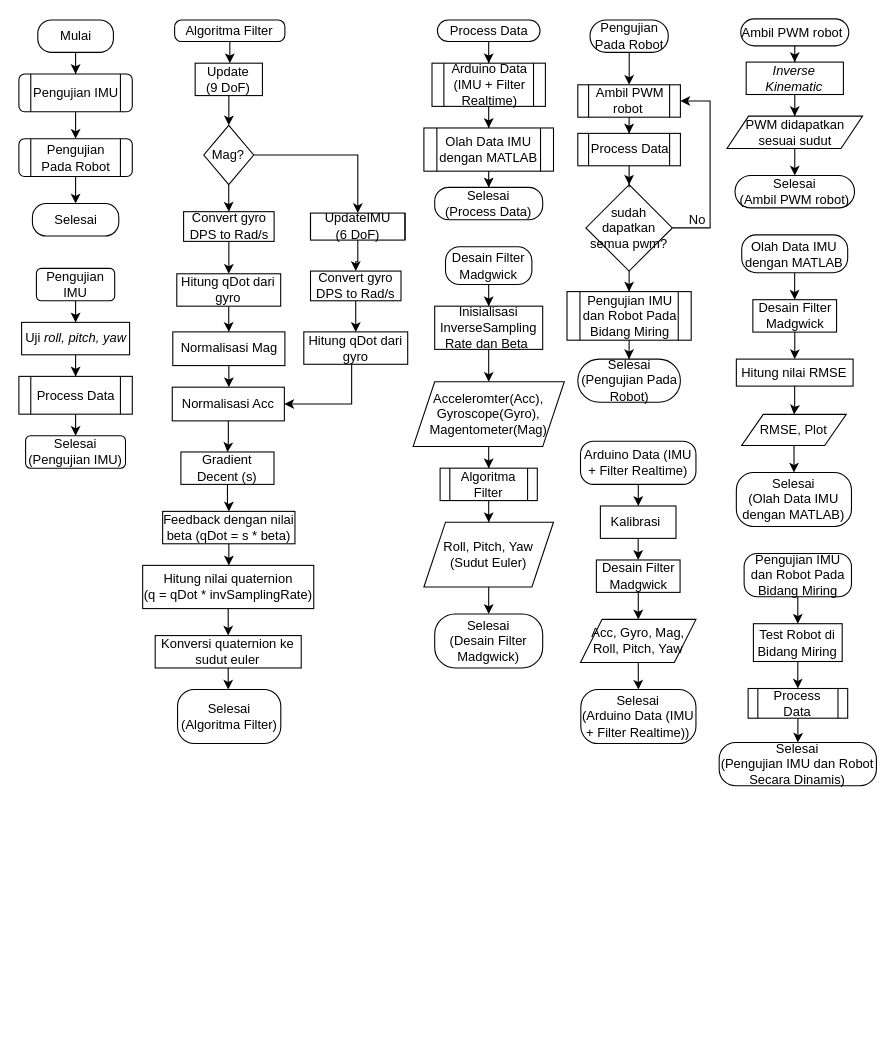
utamadonny/AHRS-MKF keeps this draw.io diagram as Graph/flowchart.drawio. Above is the earlier version. Source tidied: cells renumbered, new cells numbered last; positions are measured from the earlier drawing's top-left corner, leaving out a move shared by most shapes. Both pictures are drawn from the tidied source at 108%, with x=0, y=0 at pixel (18, 18).
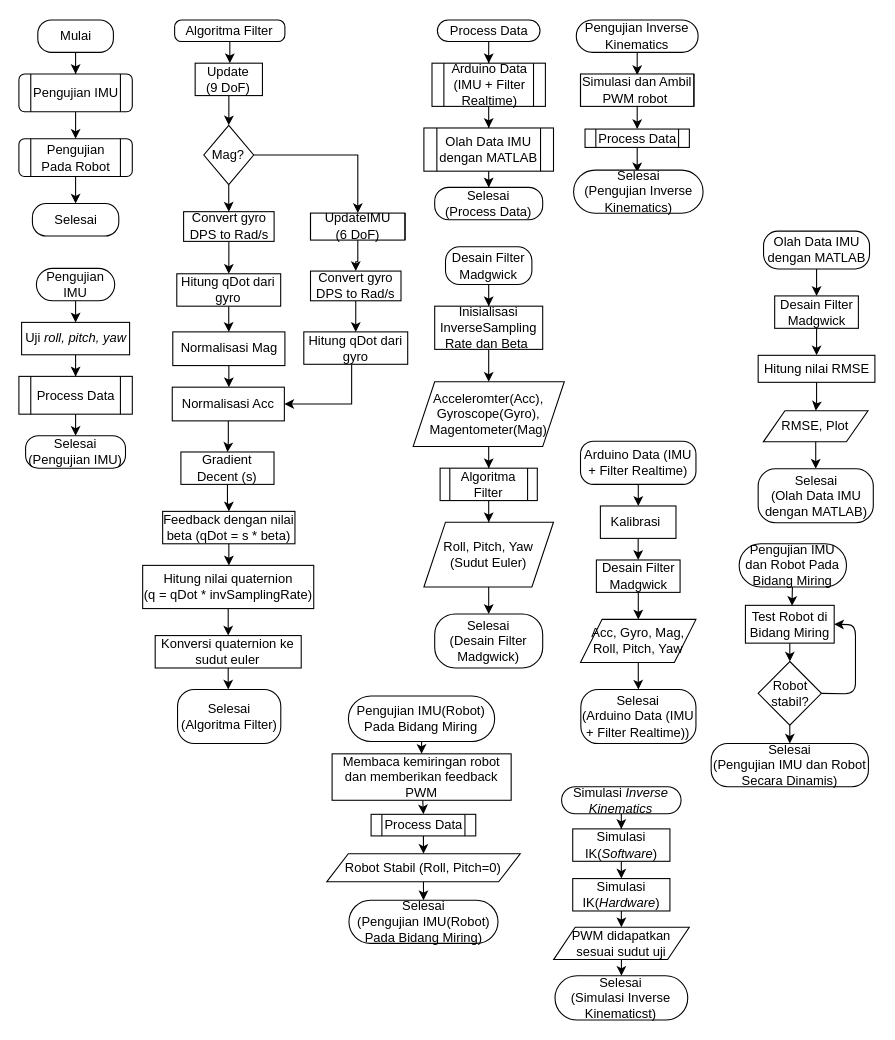
After the change.

What changed in the source:
```diff
@@
     <mxCell id="8" style="edgeStyle=orthogonalEdgeStyle;rounded=0;jettySize=auto;html=1;" parent="1" edge="1" source="9">
       <mxGeometry relative="1" as="geometry">
-        <mxPoint x="565" y="61" as="targetPoint" />
+        <mxPoint x="572.5" y="52" as="targetPoint" />
       </mxGeometry>
     </mxCell>
-    <mxCell id="9" value="Pengujian Pada Robot" style="rounded=1;whiteSpace=wrap;html=1;arcSize=50;" parent="1" vertex="1">
-      <mxGeometry x="528.8" y="1" width="72.5" height="30" as="geometry" />
+    <mxCell id="9" value="Pengujian Inverse Kinematics" style="rounded=1;whiteSpace=wrap;html=1;arcSize=50;" parent="1" vertex="1">
+      <mxGeometry x="516.1" y="1" width="112.8" height="30" as="geometry" />
     </mxCell>
@@
-    <mxCell id="11" value="Ambil PWM robot&amp;nbsp;" style="shape=process;whiteSpace=wrap;html=1;backgroundOutline=1;" parent="1" vertex="1">
-      <mxGeometry x="517.5" y="61" width="95" height="30" as="geometry" />
+    <mxCell id="11" value="Simulasi dan Ambil PWM robot&amp;nbsp;" style="shape=process;whiteSpace=wrap;html=1;backgroundOutline=1;size=0;" parent="1" vertex="1">
+      <mxGeometry x="520" y="51" width="105" height="30" as="geometry" />
     </mxCell>
-    <mxCell id="12" style="edgeStyle=orthogonalEdgeStyle;rounded=0;jettySize=auto;html=1;" parent="1" edge="1" source="13" target="49">
-      <mxGeometry relative="1" as="geometry" />
-    </mxCell>
-    <mxCell id="13" value="PWM didapatkan sesuai sudut" style="shape=parallelogram;perimeter=parallelogramPerimeter;whiteSpace=wrap;html=1;fixedSize=1;" parent="1" vertex="1">
-      <mxGeometry x="655.6" y="90" width="125.6" height="30" as="geometry" />
-    </mxCell>
-    <mxCell id="14" style="edgeStyle=orthogonalEdgeStyle;rounded=0;jettySize=auto;html=1;entryX=1;entryY=0.5;entryDx=0;entryDy=0;exitX=1;exitY=0.5;exitDx=0;exitDy=0;" parent="1" edge="1" source="16" target="11">
-      <mxGeometry relative="1" as="geometry">
-        <Array as="points">
-          <mxPoint x="640" y="194" />
-          <mxPoint x="640" y="76" />
-        </Array>
-      </mxGeometry>
-    </mxCell>
-    <mxCell id="15" style="edgeStyle=orthogonalEdgeStyle;rounded=0;jettySize=auto;html=1;" parent="1" edge="1" source="16" target="23">
-      <mxGeometry relative="1" as="geometry" />
-    </mxCell>
-    <mxCell id="16" value="sudah dapatkan semua pwm?&lt;br&gt;" style="rhombus;whiteSpace=wrap;html=1;" parent="1" vertex="1">
-      <mxGeometry x="525" y="153.5" width="80" height="80" as="geometry" />
-    </mxCell>
-    <mxCell id="17" value="No" style="text;html=1;align=center;verticalAlign=middle;strokeColor=none;" parent="1" vertex="1">
-      <mxGeometry x="612.5" y="176" width="30" height="20" as="geometry" />
-    </mxCell>
@@
-    <mxCell id="22" style="edgeStyle=orthogonalEdgeStyle;rounded=0;jettySize=auto;html=1;" parent="1" edge="1" source="23" target="43">
-      <mxGeometry relative="1" as="geometry" />
-    </mxCell>
-    <mxCell id="23" value="Pengujian IMU dan Robot Pada Bidang Miring" style="shape=process;whiteSpace=wrap;html=1;backgroundOutline=1;" parent="1" vertex="1">
-      <mxGeometry x="507.5" y="252.5" width="115" height="45" as="geometry" />
-    </mxCell>
@@
-    <mxCell id="30" style="edgeStyle=orthogonalEdgeStyle;rounded=0;jettySize=auto;html=1;" parent="1" edge="1" source="31" target="16">
-      <mxGeometry relative="1" as="geometry" />
+    <mxCell id="30" style="edgeStyle=orthogonalEdgeStyle;rounded=0;jettySize=auto;html=1;" parent="1" edge="1" source="31">
+      <mxGeometry relative="1" as="geometry">
+        <mxPoint x="572.5" y="142" as="targetPoint" />
+      </mxGeometry>
     </mxCell>
     <mxCell id="31" value="Process Data" style="shape=process;whiteSpace=wrap;html=1;backgroundOutline=1;" parent="1" vertex="1">
-      <mxGeometry x="517.5" y="106" width="95" height="30" as="geometry" />
+      <mxGeometry x="524.2" y="102" width="96.6" height="17" as="geometry" />
     </mxCell>
@@
-    <mxCell id="35" value="Pengujian IMU" style="rounded=1;whiteSpace=wrap;html=1;" parent="1" vertex="1">
+    <mxCell id="35" value="Pengujian IMU" style="rounded=1;whiteSpace=wrap;html=1;arcSize=50;" parent="1" vertex="1">
       <mxGeometry x="16.2" y="231" width="72.5" height="30" as="geometry" />
     </mxCell>
@@
-    <mxCell id="40" value="Selesai&lt;br&gt;(Pengujian IMU)" style="whiteSpace=wrap;html=1;rounded=1;" parent="1" vertex="1">
+    <mxCell id="40" value="Selesai&lt;br&gt;(Pengujian IMU)" style="whiteSpace=wrap;html=1;rounded=1;arcSize=39;" parent="1" vertex="1">
       <mxGeometry x="6.2" y="386" width="92.5" height="30" as="geometry" />
     </mxCell>
@@
-    <mxCell id="43" value="Selesai&lt;br&gt;(Pengujian Pada Robot)" style="whiteSpace=wrap;html=1;rounded=1;arcSize=50;" parent="1" vertex="1">
-      <mxGeometry x="517.5" y="315" width="95" height="40" as="geometry" />
-    </mxCell>
@@
-    <mxCell id="47" style="edgeStyle=orthogonalEdgeStyle;rounded=0;jettySize=auto;html=1;" parent="1" edge="1" source="48" target="53">
-      <mxGeometry relative="1" as="geometry" />
-    </mxCell>
-    <mxCell id="48" value="Ambil PWM robot&amp;nbsp;" style="rounded=1;whiteSpace=wrap;html=1;arcSize=50;" parent="1" vertex="1">
-      <mxGeometry x="668.4" width="100" height="25" as="geometry" />
-    </mxCell>
-    <mxCell id="49" value="Selesai&lt;br&gt;(Ambil PWM robot)" style="whiteSpace=wrap;html=1;rounded=1;arcSize=49;" parent="1" vertex="1">
-      <mxGeometry x="663.1" y="145" width="110.6" height="30" as="geometry" />
-    </mxCell>
@@
-    <mxCell id="52" style="edgeStyle=orthogonalEdgeStyle;rounded=0;jettySize=auto;html=1;entryX=0.5;entryY=0;entryDx=0;entryDy=0;" parent="1" edge="1" source="53" target="13">
-      <mxGeometry relative="1" as="geometry" />
-    </mxCell>
-    <mxCell id="53" value="&lt;i&gt;Inverse Kinematic&lt;/i&gt;" style="rounded=0;whiteSpace=wrap;html=1;" parent="1" vertex="1">
-      <mxGeometry x="673.4" y="40" width="90" height="30" as="geometry" />
-    </mxCell>
@@
     <mxCell id="85" value="Olah Data IMU dengan MATLAB" style="rounded=1;whiteSpace=wrap;html=1;arcSize=38;" parent="1" vertex="1">
-      <mxGeometry x="669.3" y="200" width="98.1" height="35" as="geometry" />
+      <mxGeometry x="689.5" y="196.5" width="98.1" height="35" as="geometry" />
     </mxCell>
@@
     <mxCell id="96" value="Desain Filter Madgwick" style="rounded=1;whiteSpace=wrap;html=1;arcSize=0;" parent="1" vertex="1">
-      <mxGeometry x="679.6" y="260" width="77.5" height="30" as="geometry" />
+      <mxGeometry x="699.8" y="256.5" width="77.5" height="30" as="geometry" />
     </mxCell>
@@
     <mxCell id="98" value="Hitung nilai RMSE" style="whiteSpace=wrap;html=1;rounded=1;arcSize=0;" parent="1" vertex="1">
-      <mxGeometry x="664.3" y="315" width="108.1" height="25" as="geometry" />
+      <mxGeometry x="684.5" y="311.5" width="108.1" height="25" as="geometry" />
     </mxCell>
@@
     <mxCell id="100" value="RMSE, Plot" style="shape=parallelogram;perimeter=parallelogramPerimeter;whiteSpace=wrap;html=1;fixedSize=1;rounded=1;arcSize=0;" parent="1" vertex="1">
-      <mxGeometry x="669.2" y="366.2" width="96.9" height="28.8" as="geometry" />
+      <mxGeometry x="689.3" y="362.8" width="96.9" height="28.8" as="geometry" />
     </mxCell>
     <mxCell id="101" value="Selesai&lt;br&gt;(Olah Data IMU dengan MATLAB)" style="whiteSpace=wrap;html=1;rounded=1;arcSize=32;" parent="1" vertex="1">
-      <mxGeometry x="664.3" y="420" width="106.6" height="50" as="geometry" />
+      <mxGeometry x="684.5" y="416.5" width="106.6" height="50" as="geometry" />
     </mxCell>
-    <mxCell id="102" style="edgeStyle=orthogonalEdgeStyle;rounded=0;jettySize=auto;html=1;" parent="1" edge="1" source="103" target="105">
+    <mxCell id="102" style="edgeStyle=none;html=1;entryX=0.525;entryY=0.013;entryDx=0;entryDy=0;entryPerimeter=0;" parent="1" edge="1" source="103" target="105">
       <mxGeometry relative="1" as="geometry" />
     </mxCell>
-    <mxCell id="103" value="Pengujian IMU dan Robot Pada Bidang Miring" style="rounded=1;whiteSpace=wrap;html=1;arcSize=30;" parent="1" vertex="1">
-      <mxGeometry x="671.5" y="495" width="99.4" height="40" as="geometry" />
+    <mxCell id="103" value="Pengujian IMU dan Robot Pada Bidang Miring" style="rounded=1;whiteSpace=wrap;html=1;arcSize=50;" parent="1" vertex="1">
+      <mxGeometry x="666.9" y="486" width="99.4" height="40" as="geometry" />
     </mxCell>
-    <mxCell id="104" style="edgeStyle=orthogonalEdgeStyle;rounded=0;jettySize=auto;html=1;" parent="1" edge="1" source="105" target="107">
-      <mxGeometry relative="1" as="geometry" />
-    </mxCell>
+    <mxCell id="109" style="edgeStyle=none;html=1;" parent="1" edge="1" source="105" target="112">
+      <mxGeometry relative="1" as="geometry" />
+    </mxCell>
     <mxCell id="105" value="Test Robot di Bidang Miring" style="whiteSpace=wrap;html=1;rounded=1;arcSize=0;" parent="1" vertex="1">
-      <mxGeometry x="680.1" y="560" width="82.2" height="35" as="geometry" />
+      <mxGeometry x="672.7" y="543" width="82.2" height="35" as="geometry" />
     </mxCell>
-    <mxCell id="106" style="edgeStyle=orthogonalEdgeStyle;rounded=0;jettySize=auto;html=1;" parent="1" edge="1" source="107" target="108">
-      <mxGeometry relative="1" as="geometry" />
-    </mxCell>
+    <mxCell id="108" value="Selesai&lt;br&gt;(Pengujian IMU dan Robot Secara Dinamis)" style="whiteSpace=wrap;html=1;rounded=1;arcSize=38;" parent="1" vertex="1">
+      <mxGeometry x="641" y="671" width="145.6" height="40" as="geometry" />
+    </mxCell>
+    <mxCell id="110" style="edgeStyle=none;html=1;entryX=1;entryY=0.5;entryDx=0;entryDy=0;exitX=1;exitY=0.5;exitDx=0;exitDy=0;" parent="1" edge="1" source="112" target="105">
+      <mxGeometry relative="1" as="geometry">
+        <Array as="points">
+          <mxPoint x="774.6" y="625" />
+          <mxPoint x="774.6" y="561" />
+        </Array>
+      </mxGeometry>
+    </mxCell>
+    <mxCell id="111" style="edgeStyle=none;html=1;entryX=0.5;entryY=0;entryDx=0;entryDy=0;" parent="1" edge="1" source="112" target="108">
+      <mxGeometry relative="1" as="geometry" />
+    </mxCell>
+    <mxCell id="112" value="Robot stabil?" style="rhombus;whiteSpace=wrap;html=1;" parent="1" vertex="1">
+      <mxGeometry x="684.5" y="595" width="58.6" height="59" as="geometry" />
+    </mxCell>
+    <mxCell id="113" value="Selesai&lt;br&gt;(Pengujian Inverse Kinematics)" style="whiteSpace=wrap;html=1;rounded=1;arcSize=50;" parent="1" vertex="1">
+      <mxGeometry x="513.6" y="140" width="119.9" height="40" as="geometry" />
+    </mxCell>
+    <mxCell id="114" value="Selesai&lt;br&gt;(Pengujian IMU(Robot) Pada Bidang Miring)" style="whiteSpace=wrap;html=1;rounded=1;arcSize=50;" parent="1" vertex="1">
+      <mxGeometry x="305.6" y="816" width="138" height="40" as="geometry" />
+    </mxCell>
+    <mxCell id="115" style="edgeStyle=none;html=1;entryX=0.5;entryY=0;entryDx=0;entryDy=0;" parent="1" edge="1" source="107" target="121">
+      <mxGeometry relative="1" as="geometry" />
+    </mxCell>
-    <mxCell id="107" value="Process Data" style="shape=process;whiteSpace=wrap;html=1;backgroundOutline=1;rounded=1;arcSize=0;" parent="1" vertex="1">
-      <mxGeometry x="675.2" y="620" width="92.2" height="27.5" as="geometry" />
+    <mxCell id="107" value="Process Data" style="shape=process;whiteSpace=wrap;html=1;backgroundOutline=1;" parent="1" vertex="1">
+      <mxGeometry x="326.1" y="736.5" width="96.9" height="20" as="geometry" />
     </mxCell>
-    <mxCell id="108" value="Selesai&lt;br&gt;(Pengujian IMU dan Robot Secara Dinamis)" style="whiteSpace=wrap;html=1;rounded=1;arcSize=38;" parent="1" vertex="1">
-      <mxGeometry x="648.4" y="670" width="145.6" height="40" as="geometry" />
-    </mxCell>
+    <mxCell id="116" style="edgeStyle=none;html=1;" parent="1" edge="1" source="117" target="119">
+      <mxGeometry relative="1" as="geometry" />
+    </mxCell>
+    <mxCell id="117" value="Pengujian IMU(Robot) Pada Bidang Miring" style="whiteSpace=wrap;html=1;rounded=1;arcSize=50;" parent="1" vertex="1">
+      <mxGeometry x="305.1" y="627" width="135.4" height="42" as="geometry" />
+    </mxCell>
+    <mxCell id="118" style="edgeStyle=none;html=1;entryX=0.5;entryY=0;entryDx=0;entryDy=0;" parent="1" edge="1" source="119" target="107">
+      <mxGeometry relative="1" as="geometry" />
+    </mxCell>
+    <mxCell id="119" value="Membaca kemiringan robot dan memberikan feedback PWM" style="whiteSpace=wrap;html=1;rounded=1;arcSize=0;" parent="1" vertex="1">
+      <mxGeometry x="290" y="680.5" width="165.8" height="43" as="geometry" />
+    </mxCell>
+    <mxCell id="120" style="edgeStyle=none;html=1;" parent="1" edge="1" source="121" target="114">
+      <mxGeometry relative="1" as="geometry" />
+    </mxCell>
+    <mxCell id="121" value="Robot Stabil (Roll, Pitch=0)" style="shape=parallelogram;perimeter=parallelogramPerimeter;whiteSpace=wrap;html=1;fixedSize=1;" parent="1" vertex="1">
+      <mxGeometry x="285" y="773" width="179.2" height="26" as="geometry" />
+    </mxCell>
+    <mxCell id="122" style="edgeStyle=none;html=1;" parent="1" edge="1" source="123" target="126">
+      <mxGeometry relative="1" as="geometry" />
+    </mxCell>
+    <mxCell id="123" value="PWM didapatkan sesuai sudut uji" style="shape=parallelogram;perimeter=parallelogramPerimeter;whiteSpace=wrap;html=1;fixedSize=1;" parent="1" vertex="1">
+      <mxGeometry x="495.1" y="841" width="125.6" height="30" as="geometry" />
+    </mxCell>
+    <mxCell id="124" style="edgeStyle=orthogonalEdgeStyle;rounded=0;jettySize=auto;html=1;" parent="1" edge="1" source="125" target="128">
+      <mxGeometry relative="1" as="geometry" />
+    </mxCell>
+    <mxCell id="125" value="Simulasi &lt;i&gt;Inverse Kinematics&lt;/i&gt;" style="rounded=1;whiteSpace=wrap;html=1;arcSize=50;" parent="1" vertex="1">
+      <mxGeometry x="502.5" y="711" width="110.6" height="25" as="geometry" />
+    </mxCell>
+    <mxCell id="126" value="Selesai&lt;br&gt;(Simulasi Inverse Kinematicst)" style="whiteSpace=wrap;html=1;rounded=1;arcSize=50;" parent="1" vertex="1">
+      <mxGeometry x="496.4" y="886" width="122.9" height="41" as="geometry" />
+    </mxCell>
+    <mxCell id="127" style="edgeStyle=none;html=1;entryX=0.5;entryY=0;entryDx=0;entryDy=0;" parent="1" edge="1" source="128" target="130">
+      <mxGeometry relative="1" as="geometry" />
+    </mxCell>
+    <mxCell id="128" value="Simulasi IK(&lt;i&gt;Software&lt;/i&gt;)" style="rounded=0;whiteSpace=wrap;html=1;" parent="1" vertex="1">
+      <mxGeometry x="512.8" y="750" width="90" height="30" as="geometry" />
+    </mxCell>
+    <mxCell id="129" style="edgeStyle=none;html=1;" parent="1" edge="1" source="130" target="123">
+      <mxGeometry relative="1" as="geometry" />
+    </mxCell>
+    <mxCell id="130" value="Simulasi IK(&lt;i&gt;Hardware&lt;/i&gt;)" style="rounded=0;whiteSpace=wrap;html=1;" parent="1" vertex="1">
+      <mxGeometry x="512.8" y="796" width="90" height="30" as="geometry" />
+    </mxCell>
```
